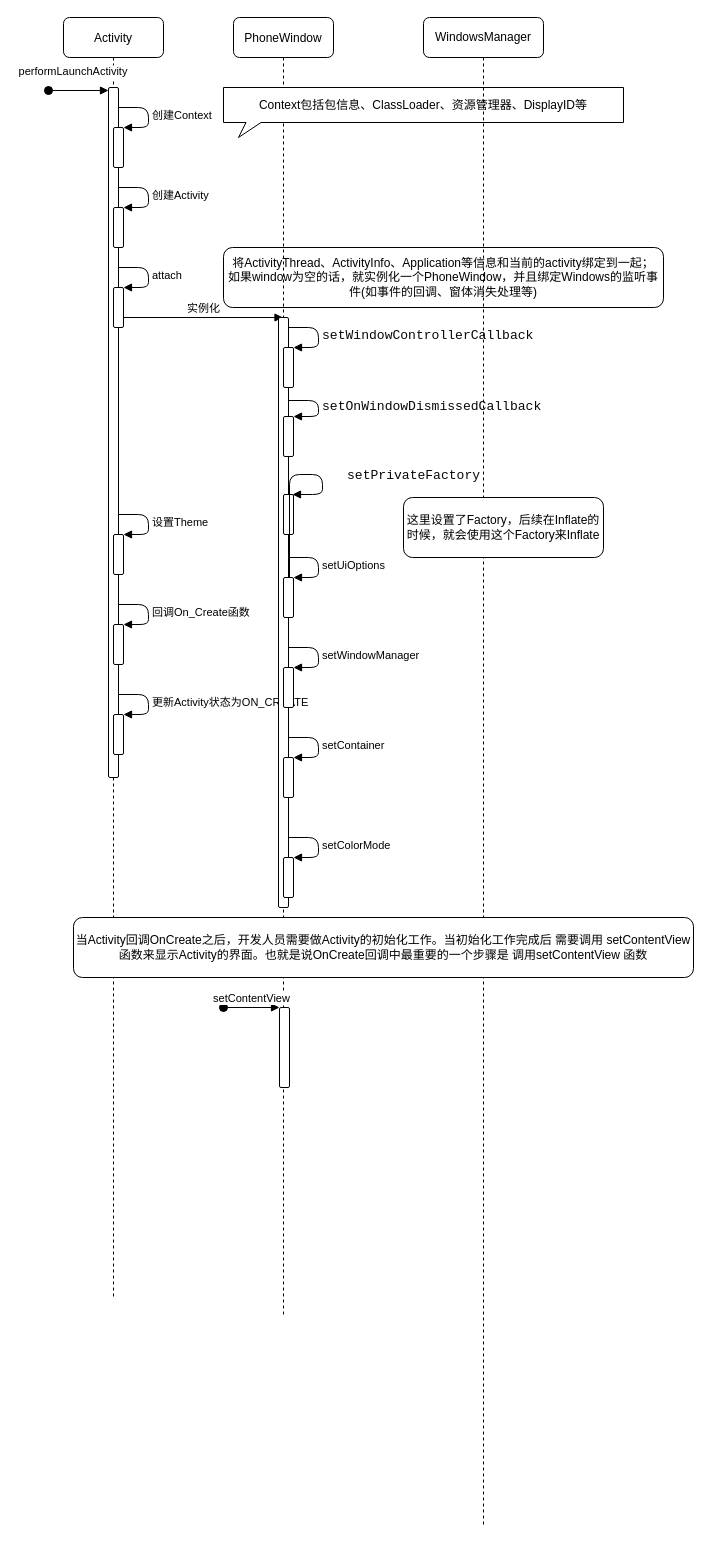
This is 安卓视窗系统渲染架构分析.drawio from dlwanghw/diagram, a draw.io file, before an edit. Source tidied: cells renumbered, new cells numbered last; positions are measured from the earlier drawing's top-left corner, leaving out a move shared by most shapes. Both pictures are drawn from the tidied source at 100%, with x=0, y=0 at pixel (48, 17).
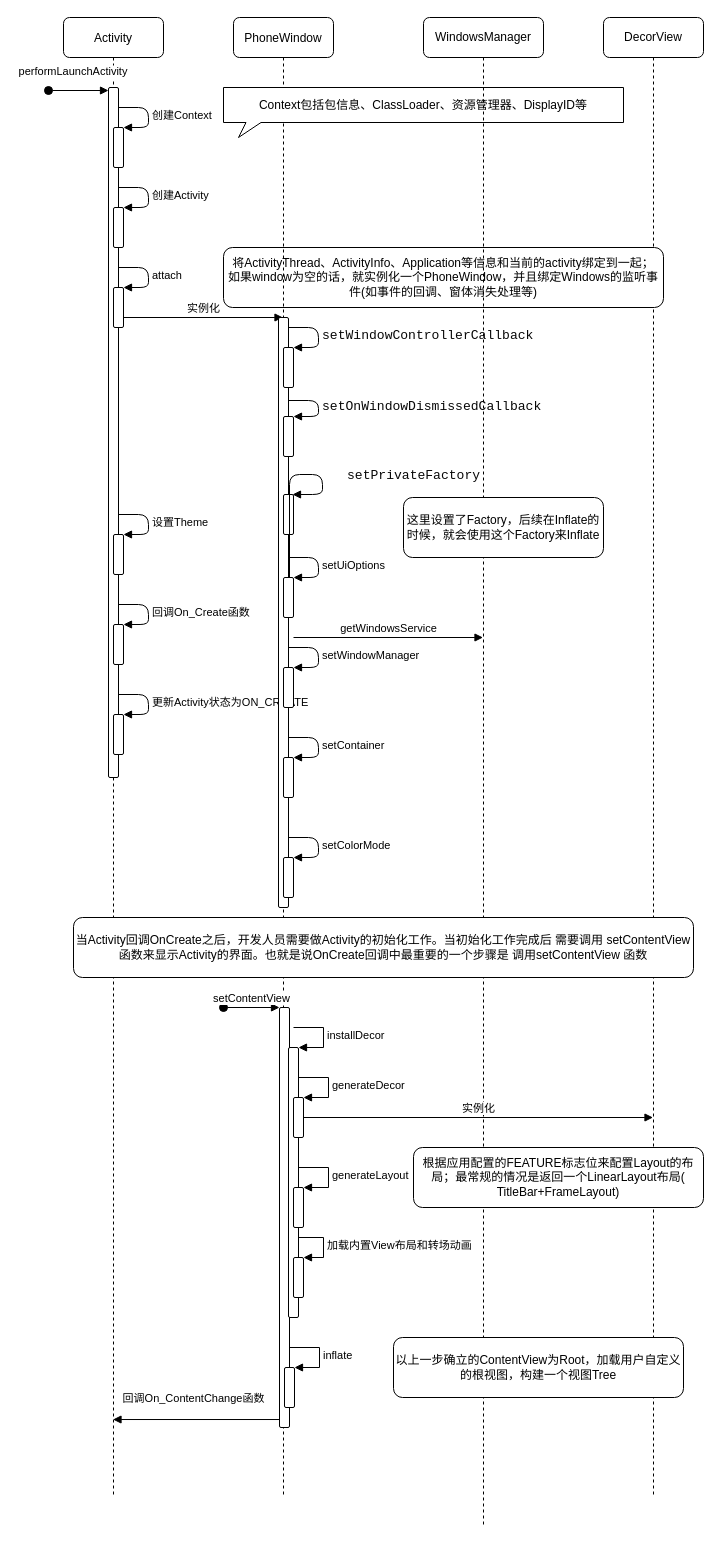
The same diagram, later.

Commit message:
Update 安卓视窗系统渲染架构分析.drawio

The change refers to these unchanged cells:
```xml
<mxCell id="36" value="WindowsManager" style="shape=umlLifeline;perimeter=lifelinePerimeter;whiteSpace=wrap;html=1;outlineConnect=0;rounded=1;" parent="1" vertex="1">
  <mxGeometry x="375" width="120" height="1510" as="geometry" />
</mxCell>
```

Diff of the diagram source:
```diff
@@
+    <mxCell id="43" value="DecorView" style="shape=umlLifeline;perimeter=lifelinePerimeter;whiteSpace=wrap;html=1;outlineConnect=0;rounded=1;" parent="1" vertex="1">
+      <mxGeometry x="555" width="100" height="1480" as="geometry" />
+    </mxCell>
@@
     <mxCell id="3" value="Activity" style="shape=umlLifeline;perimeter=lifelinePerimeter;rounded=1;shadow=0;strokeWidth=1;" parent="1" vertex="1">
-      <mxGeometry x="15" width="100" height="1280" as="geometry" />
+      <mxGeometry x="15" width="100" height="1480" as="geometry" />
     </mxCell>
@@
     <mxCell id="19" value="PhoneWindow" style="shape=umlLifeline;perimeter=lifelinePerimeter;rounded=1;shadow=0;strokeWidth=1;" parent="1" vertex="1">
-      <mxGeometry x="185" width="100" height="1300" as="geometry" />
+      <mxGeometry x="185" width="100" height="1480" as="geometry" />
     </mxCell>
@@
+    <mxCell id="44" value="getWindowsService" style="html=1;verticalAlign=bottom;endArrow=block;rounded=1;" parent="19" edge="1" target="36">
+      <mxGeometry relative="1" as="geometry">
+        <mxPoint x="60" y="620" as="sourcePoint" />
+      </mxGeometry>
+    </mxCell>
@@
     <mxCell id="39" style="html=1;points=[];perimeter=orthogonalPerimeter;rounded=1;" parent="38" vertex="1">
-      <mxGeometry x="231" y="990" width="10" height="80" as="geometry" />
+      <mxGeometry x="231" y="990" width="10" height="420" as="geometry" />
     </mxCell>
@@
+    <mxCell id="45" style="html=1;points=[];perimeter=orthogonalPerimeter;rounded=1;" parent="38" vertex="1">
+      <mxGeometry x="240" y="1030" width="10" height="270" as="geometry" />
+    </mxCell>
+    <mxCell id="46" value="installDecor" style="edgeStyle=orthogonalEdgeStyle;html=1;align=left;spacingLeft=2;endArrow=block;rounded=0;entryX=1;entryY=0;" parent="38" edge="1" target="45">
+      <mxGeometry relative="1" as="geometry">
+        <mxPoint x="245" y="1010" as="sourcePoint" />
+        <Array as="points">
+          <mxPoint x="275" y="1010" />
+        </Array>
+      </mxGeometry>
+    </mxCell>
+    <mxCell id="47" style="html=1;points=[];perimeter=orthogonalPerimeter;rounded=1;" parent="38" vertex="1">
+      <mxGeometry x="245" y="1080" width="10" height="40" as="geometry" />
+    </mxCell>
+    <mxCell id="48" value="generateDecor" style="edgeStyle=orthogonalEdgeStyle;html=1;align=left;spacingLeft=2;endArrow=block;rounded=0;entryX=1;entryY=0;" parent="38" edge="1" target="47">
+      <mxGeometry relative="1" as="geometry">
+        <mxPoint x="250" y="1060" as="sourcePoint" />
+        <Array as="points">
+          <mxPoint x="280" y="1060" />
+        </Array>
+      </mxGeometry>
+    </mxCell>
+    <mxCell id="49" value="实例化" style="html=1;verticalAlign=bottom;endArrow=block;rounded=1;" parent="38" edge="1" target="43">
+      <mxGeometry relative="1" as="geometry">
+        <mxPoint x="255" y="1100" as="sourcePoint" />
+      </mxGeometry>
+    </mxCell>
+    <mxCell id="50" style="html=1;points=[];perimeter=orthogonalPerimeter;rounded=1;" parent="38" vertex="1">
+      <mxGeometry x="245" y="1170" width="10" height="40" as="geometry" />
+    </mxCell>
+    <mxCell id="51" value="generateLayout" style="edgeStyle=orthogonalEdgeStyle;html=1;align=left;spacingLeft=2;endArrow=block;rounded=0;entryX=1;entryY=0;" parent="38" edge="1" target="50">
+      <mxGeometry relative="1" as="geometry">
+        <mxPoint x="250" y="1150" as="sourcePoint" />
+        <Array as="points">
+          <mxPoint x="280" y="1150" />
+        </Array>
+      </mxGeometry>
+    </mxCell>
+    <mxCell id="52" style="html=1;points=[];perimeter=orthogonalPerimeter;rounded=1;" parent="38" vertex="1">
+      <mxGeometry x="245" y="1240" width="10" height="40" as="geometry" />
+    </mxCell>
+    <mxCell id="53" value="加载内置View布局和转场动画" style="edgeStyle=orthogonalEdgeStyle;html=1;align=left;spacingLeft=2;endArrow=block;rounded=0;entryX=1;entryY=0;" parent="38" edge="1" target="52">
+      <mxGeometry relative="1" as="geometry">
+        <mxPoint x="250" y="1220" as="sourcePoint" />
+        <Array as="points">
+          <mxPoint x="275" y="1220" />
+        </Array>
+      </mxGeometry>
+    </mxCell>
+    <mxCell id="54" style="html=1;points=[];perimeter=orthogonalPerimeter;rounded=1;" parent="38" vertex="1">
+      <mxGeometry x="236" y="1350" width="10" height="40" as="geometry" />
+    </mxCell>
+    <mxCell id="55" value="inflate" style="edgeStyle=orthogonalEdgeStyle;html=1;align=left;spacingLeft=2;endArrow=block;rounded=0;entryX=1;entryY=0;" parent="38" edge="1" target="54">
+      <mxGeometry relative="1" as="geometry">
+        <mxPoint x="241" y="1330" as="sourcePoint" />
+        <Array as="points">
+          <mxPoint x="271" y="1330" />
+        </Array>
+      </mxGeometry>
+    </mxCell>
@@
+    <mxCell id="56" value="根据应用配置的FEATURE标志位来配置Layout的布局；最常规的情况是返回一个LinearLayout布局(&lt;br&gt;TitleBar+FrameLayout)" style="rounded=1;whiteSpace=wrap;html=1;" parent="41" vertex="1">
+      <mxGeometry x="365" y="1130" width="290" height="60" as="geometry" />
+    </mxCell>
+    <mxCell id="57" value="以上一步确立的ContentView为Root，加载用户自定义的根视图，构建一个视图Tree" style="rounded=1;whiteSpace=wrap;html=1;" parent="41" vertex="1">
+      <mxGeometry x="345" y="1320" width="290" height="60" as="geometry" />
+    </mxCell>
+    <mxCell id="58" value="回调On_ContentChange函数" style="html=1;verticalAlign=bottom;endArrow=block;rounded=1;exitX=0;exitY=0.981;exitDx=0;exitDy=0;exitPerimeter=0;" parent="41" edge="1" source="39" target="3">
+      <mxGeometry x="0.03" y="-12" relative="1" as="geometry" />
+    </mxCell>
```
